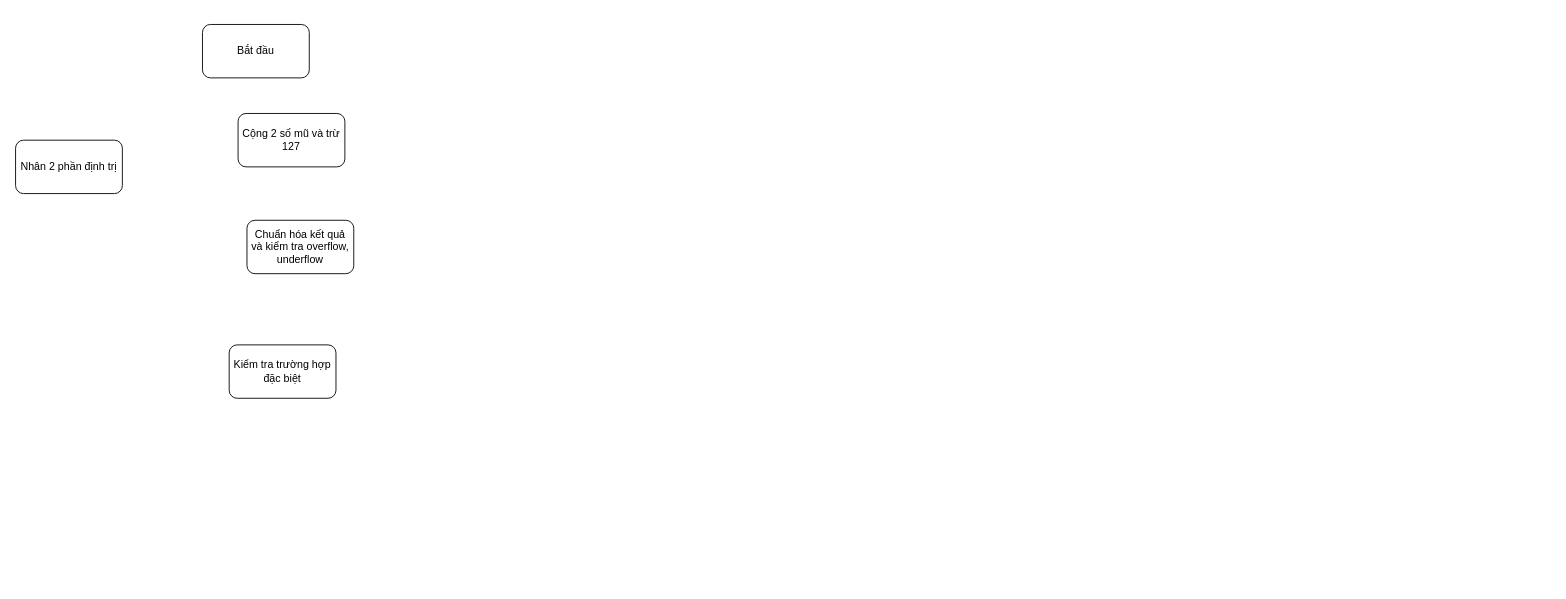
Above: Untitled Diagram.drawio in Huy-Luu/TEST (draw.io), before the change. Source tidied: cells renumbered, new cells numbered last; positions are measured from the earlier drawing's top-left corner, leaving out a move shared by most shapes. Both pictures are drawn from the tidied source at 89%, with x=0, y=0 at pixel (15, 24).
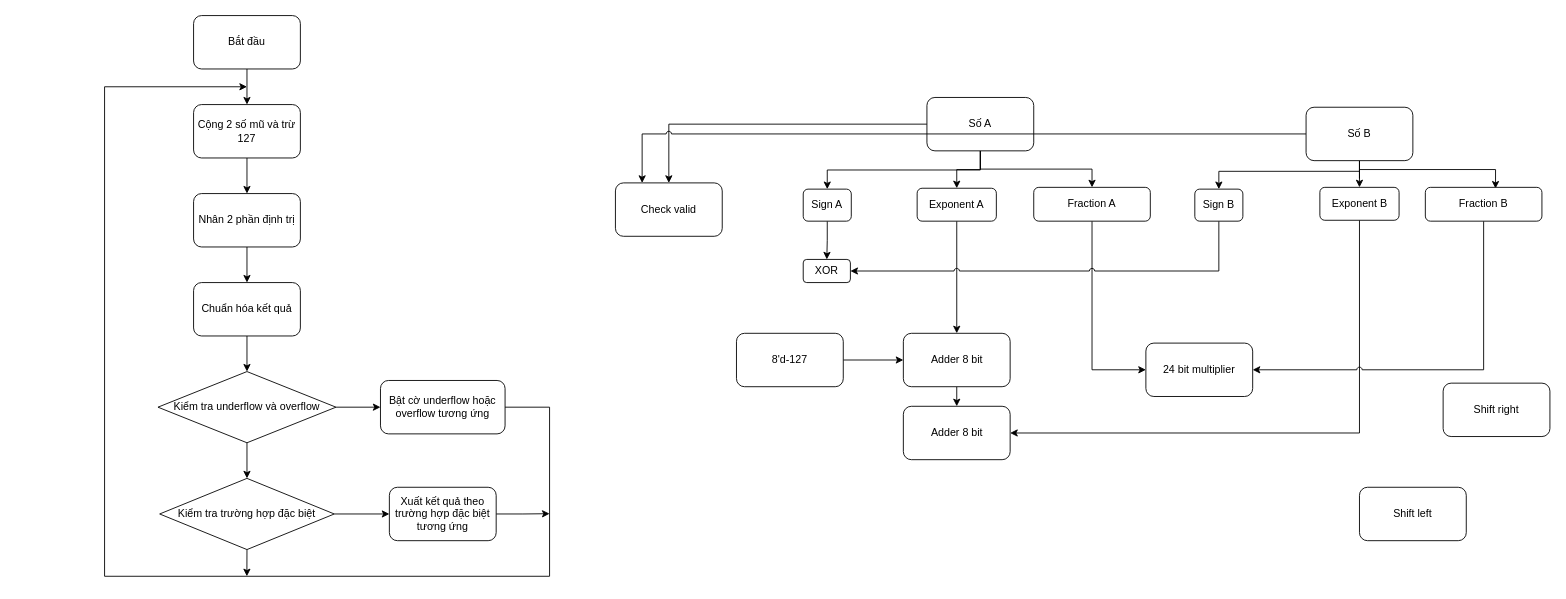
The same diagram, later.

Change to the diagram source:
```diff
@@
+    <mxCell id="7" style="edgeStyle=orthogonalEdgeStyle;rounded=0;jettySize=auto;html=1;exitX=0.5;exitY=1;exitDx=0;exitDy=0;entryX=0.5;entryY=0;entryDx=0;entryDy=0;" parent="1" edge="1" source="2" target="3">
+      <mxGeometry relative="1" as="geometry" />
+    </mxCell>
     <mxCell id="2" value="Bắt đầu" style="rounded=1;whiteSpace=wrap;html=1;" parent="1" vertex="1">
-      <mxGeometry x="210" width="120" height="60" as="geometry" />
+      <mxGeometry x="200" y="-10" width="120" height="60" as="geometry" />
     </mxCell>
+    <mxCell id="8" style="edgeStyle=orthogonalEdgeStyle;rounded=0;jettySize=auto;html=1;exitX=0.5;exitY=1;exitDx=0;exitDy=0;entryX=0.5;entryY=0;entryDx=0;entryDy=0;" parent="1" edge="1" source="3" target="4">
+      <mxGeometry relative="1" as="geometry" />
+    </mxCell>
     <mxCell id="3" value="Cộng 2 số mũ và trừ 127" style="rounded=1;whiteSpace=wrap;html=1;" parent="1" vertex="1">
-      <mxGeometry x="250" y="100" width="120" height="60" as="geometry" />
+      <mxGeometry x="200" y="90" width="120" height="60" as="geometry" />
     </mxCell>
+    <mxCell id="9" style="edgeStyle=orthogonalEdgeStyle;rounded=0;jettySize=auto;html=1;exitX=0.5;exitY=1;exitDx=0;exitDy=0;entryX=0.5;entryY=0;entryDx=0;entryDy=0;" parent="1" edge="1" source="4" target="5">
+      <mxGeometry relative="1" as="geometry" />
+    </mxCell>
     <mxCell id="4" value="Nhân 2 phần định trị" style="rounded=1;whiteSpace=wrap;html=1;" parent="1" vertex="1">
-      <mxGeometry y="130" width="120" height="60" as="geometry" />
+      <mxGeometry x="200" y="190" width="120" height="60" as="geometry" />
     </mxCell>
+    <mxCell id="10" style="edgeStyle=orthogonalEdgeStyle;rounded=0;jettySize=auto;html=1;exitX=0.5;exitY=1;exitDx=0;exitDy=0;" parent="1" edge="1" source="5" target="13">
+      <mxGeometry relative="1" as="geometry" />
+    </mxCell>
-    <mxCell id="5" value="Chuẩn hóa kết quả&lt;br&gt;và kiểm tra overflow, underflow" style="rounded=1;whiteSpace=wrap;html=1;" parent="1" vertex="1">
-      <mxGeometry x="260" y="220" width="120" height="60" as="geometry" />
+    <mxCell id="5" value="Chuẩn hóa kết quả&lt;br&gt;" style="rounded=1;whiteSpace=wrap;html=1;" parent="1" vertex="1">
+      <mxGeometry x="200" y="290" width="120" height="60" as="geometry" />
     </mxCell>
+    <mxCell id="11" style="edgeStyle=orthogonalEdgeStyle;rounded=0;jettySize=auto;html=1;exitX=0.5;exitY=1;exitDx=0;exitDy=0;entryX=0.5;entryY=0;entryDx=0;entryDy=0;" parent="1" edge="1" source="13" target="6">
+      <mxGeometry relative="1" as="geometry" />
+    </mxCell>
+    <mxCell id="12" style="edgeStyle=orthogonalEdgeStyle;rounded=0;jettySize=auto;html=1;exitX=1;exitY=0.5;exitDx=0;exitDy=0;entryX=0;entryY=0.5;entryDx=0;entryDy=0;" parent="1" edge="1" source="13" target="14">
+      <mxGeometry relative="1" as="geometry" />
+    </mxCell>
+    <mxCell id="13" value="Kiểm tra underflow và overflow" style="rhombus;whiteSpace=wrap;html=1;" parent="1" vertex="1">
+      <mxGeometry x="160" y="390" width="200" height="80" as="geometry" />
+    </mxCell>
+    <mxCell id="14" value="Bật cờ underflow hoặc overflow tương ứng" style="rounded=1;whiteSpace=wrap;html=1;" parent="1" vertex="1">
+      <mxGeometry x="410" y="400" width="140" height="60" as="geometry" />
+    </mxCell>
+    <mxCell id="15" style="edgeStyle=orthogonalEdgeStyle;rounded=0;jettySize=auto;html=1;exitX=1;exitY=0.5;exitDx=0;exitDy=0;entryX=0;entryY=0.5;entryDx=0;entryDy=0;" parent="1" edge="1" source="6" target="18">
+      <mxGeometry relative="1" as="geometry" />
+    </mxCell>
+    <mxCell id="16" style="edgeStyle=orthogonalEdgeStyle;rounded=0;jettySize=auto;html=1;exitX=0.5;exitY=1;exitDx=0;exitDy=0;" parent="1" edge="1" source="6">
+      <mxGeometry relative="1" as="geometry">
+        <mxPoint x="259.9" y="620" as="targetPoint" />
+      </mxGeometry>
+    </mxCell>
-    <mxCell id="6" value="Kiểm tra trường hợp đặc biệt" style="rounded=1;whiteSpace=wrap;html=1;" parent="1" vertex="1">
-      <mxGeometry x="240" y="360" width="120" height="60" as="geometry" />
+    <mxCell id="6" value="&lt;span&gt;Kiểm tra trường hợp đặc biệt&lt;/span&gt;" style="rhombus;whiteSpace=wrap;html=1;" parent="1" vertex="1">
+      <mxGeometry x="161.9" y="510" width="196.2" height="80" as="geometry" />
     </mxCell>
+    <mxCell id="17" style="edgeStyle=orthogonalEdgeStyle;rounded=0;jettySize=auto;html=1;exitX=1;exitY=0.5;exitDx=0;exitDy=0;" parent="1" edge="1" source="18">
+      <mxGeometry relative="1" as="geometry">
+        <mxPoint x="600" y="549.7" as="targetPoint" />
+      </mxGeometry>
+    </mxCell>
+    <mxCell id="18" value="Xuất kết quả theo trường hợp đặc biệt tương ứng" style="rounded=1;whiteSpace=wrap;html=1;" parent="1" vertex="1">
+      <mxGeometry x="420" y="520" width="120" height="60" as="geometry" />
+    </mxCell>
+    <mxCell id="19" style="endArrow=classic;html=1;rounded=0;exitX=1;exitY=0.5;exitDx=0;exitDy=0;" parent="1" edge="1" source="14">
+      <mxGeometry relative="1" as="geometry">
+        <mxPoint x="260" y="70" as="targetPoint" />
+        <Array as="points">
+          <mxPoint x="600" y="430" />
+          <mxPoint x="600" y="620" />
+          <mxPoint x="100" y="620" />
+          <mxPoint x="100" y="70" />
+        </Array>
+      </mxGeometry>
+    </mxCell>
+    <mxCell id="20" style="edgeStyle=orthogonalEdgeStyle;rounded=0;jumpStyle=arc;jettySize=auto;html=1;exitX=0;exitY=0.5;exitDx=0;exitDy=0;entryX=0.5;entryY=0;entryDx=0;entryDy=0;" parent="1" edge="1" source="24" target="47">
+      <mxGeometry relative="1" as="geometry" />
+    </mxCell>
+    <mxCell id="21" style="edgeStyle=orthogonalEdgeStyle;rounded=0;jumpStyle=arc;jettySize=auto;html=1;exitX=0.5;exitY=1;exitDx=0;exitDy=0;entryX=0.5;entryY=0;entryDx=0;entryDy=0;" parent="1" edge="1" source="24" target="31">
+      <mxGeometry relative="1" as="geometry" />
+    </mxCell>
+    <mxCell id="22" style="edgeStyle=orthogonalEdgeStyle;rounded=0;jumpStyle=arc;jettySize=auto;html=1;exitX=0.5;exitY=1;exitDx=0;exitDy=0;" parent="1" edge="1" source="24" target="33">
+      <mxGeometry relative="1" as="geometry" />
+    </mxCell>
+    <mxCell id="23" style="edgeStyle=orthogonalEdgeStyle;rounded=0;jumpStyle=arc;jettySize=auto;html=1;exitX=0.5;exitY=1;exitDx=0;exitDy=0;" parent="1" edge="1" source="24" target="35">
+      <mxGeometry relative="1" as="geometry" />
+    </mxCell>
+    <mxCell id="24" value="Số A" style="rounded=1;whiteSpace=wrap;html=1;" parent="1" vertex="1">
+      <mxGeometry x="1024" y="82" width="120" height="60" as="geometry" />
+    </mxCell>
+    <mxCell id="25" style="edgeStyle=orthogonalEdgeStyle;rounded=0;jumpStyle=arc;jettySize=auto;html=1;exitX=0;exitY=0.5;exitDx=0;exitDy=0;entryX=0.25;entryY=0;entryDx=0;entryDy=0;" parent="1" edge="1" source="29" target="47">
+      <mxGeometry relative="1" as="geometry" />
+    </mxCell>
+    <mxCell id="26" style="edgeStyle=orthogonalEdgeStyle;rounded=0;jumpStyle=arc;jettySize=auto;html=1;exitX=0.5;exitY=1;exitDx=0;exitDy=0;entryX=0.5;entryY=0;entryDx=0;entryDy=0;" parent="1" edge="1" source="29" target="37">
+      <mxGeometry relative="1" as="geometry">
+        <Array as="points">
+          <mxPoint x="1510" y="165" />
+          <mxPoint x="1352" y="165" />
+        </Array>
+      </mxGeometry>
+    </mxCell>
+    <mxCell id="27" style="edgeStyle=orthogonalEdgeStyle;rounded=0;jumpStyle=arc;jettySize=auto;html=1;exitX=0.5;exitY=1;exitDx=0;exitDy=0;" parent="1" edge="1" source="29" target="39">
+      <mxGeometry relative="1" as="geometry" />
+    </mxCell>
+    <mxCell id="28" style="edgeStyle=orthogonalEdgeStyle;rounded=0;jumpStyle=arc;jettySize=auto;html=1;exitX=0.5;exitY=1;exitDx=0;exitDy=0;entryX=0.602;entryY=0.037;entryDx=0;entryDy=0;entryPerimeter=0;" parent="1" edge="1" source="29" target="41">
+      <mxGeometry relative="1" as="geometry">
+        <Array as="points">
+          <mxPoint x="1510" y="163" />
+          <mxPoint x="1663" y="163" />
+        </Array>
+      </mxGeometry>
+    </mxCell>
+    <mxCell id="29" value="Số B" style="rounded=1;whiteSpace=wrap;html=1;" parent="1" vertex="1">
+      <mxGeometry x="1450" y="93" width="120" height="60" as="geometry" />
+    </mxCell>
+    <mxCell id="30" style="edgeStyle=orthogonalEdgeStyle;rounded=0;jettySize=auto;html=1;exitX=0.5;exitY=1;exitDx=0;exitDy=0;entryX=0.5;entryY=0;entryDx=0;entryDy=0;" parent="1" edge="1" source="31" target="42">
+      <mxGeometry relative="1" as="geometry" />
+    </mxCell>
+    <mxCell id="31" value="Sign A" style="rounded=1;whiteSpace=wrap;html=1;" parent="1" vertex="1">
+      <mxGeometry x="885" y="185" width="54" height="36" as="geometry" />
+    </mxCell>
+    <mxCell id="32" style="edgeStyle=orthogonalEdgeStyle;rounded=0;jumpStyle=arc;jettySize=auto;html=1;exitX=0.5;exitY=1;exitDx=0;exitDy=0;entryX=0.5;entryY=0;entryDx=0;entryDy=0;" parent="1" edge="1" source="33" target="44">
+      <mxGeometry relative="1" as="geometry" />
+    </mxCell>
+    <mxCell id="33" value="Exponent A" style="rounded=1;whiteSpace=wrap;html=1;" parent="1" vertex="1">
+      <mxGeometry x="1013" y="184" width="89" height="37" as="geometry" />
+    </mxCell>
+    <mxCell id="34" style="edgeStyle=orthogonalEdgeStyle;rounded=0;jumpStyle=arc;jettySize=auto;html=1;exitX=0.5;exitY=1;exitDx=0;exitDy=0;entryX=0;entryY=0.5;entryDx=0;entryDy=0;" parent="1" edge="1" source="35" target="51">
+      <mxGeometry relative="1" as="geometry" />
+    </mxCell>
+    <mxCell id="35" value="Fraction A" style="rounded=1;whiteSpace=wrap;html=1;" parent="1" vertex="1">
+      <mxGeometry x="1144" y="183" width="131" height="38" as="geometry" />
+    </mxCell>
+    <mxCell id="36" style="edgeStyle=orthogonalEdgeStyle;rounded=0;jettySize=auto;html=1;exitX=0.5;exitY=1;exitDx=0;exitDy=0;entryX=1;entryY=0.5;entryDx=0;entryDy=0;jumpStyle=arc;" parent="1" edge="1" source="37" target="42">
+      <mxGeometry relative="1" as="geometry" />
+    </mxCell>
+    <mxCell id="37" value="Sign B" style="rounded=1;whiteSpace=wrap;html=1;" parent="1" vertex="1">
+      <mxGeometry x="1325" y="185" width="54" height="36" as="geometry" />
+    </mxCell>
+    <mxCell id="38" style="edgeStyle=orthogonalEdgeStyle;rounded=0;jumpStyle=arc;jettySize=auto;html=1;exitX=0.5;exitY=1;exitDx=0;exitDy=0;entryX=1;entryY=0.5;entryDx=0;entryDy=0;" parent="1" edge="1" source="39" target="50">
+      <mxGeometry relative="1" as="geometry" />
+    </mxCell>
+    <mxCell id="39" value="Exponent B" style="rounded=1;whiteSpace=wrap;html=1;" parent="1" vertex="1">
+      <mxGeometry x="1465.5" y="183" width="89" height="37" as="geometry" />
+    </mxCell>
+    <mxCell id="40" style="edgeStyle=orthogonalEdgeStyle;rounded=0;jumpStyle=arc;jettySize=auto;html=1;exitX=0.5;exitY=1;exitDx=0;exitDy=0;entryX=1;entryY=0.5;entryDx=0;entryDy=0;" parent="1" edge="1" source="41" target="51">
+      <mxGeometry relative="1" as="geometry" />
+    </mxCell>
+    <mxCell id="41" value="Fraction B" style="rounded=1;whiteSpace=wrap;html=1;" parent="1" vertex="1">
+      <mxGeometry x="1584" y="183" width="131" height="38" as="geometry" />
+    </mxCell>
+    <mxCell id="42" value="XOR" style="rounded=1;whiteSpace=wrap;html=1;" parent="1" vertex="1">
+      <mxGeometry x="885" y="264" width="53" height="26" as="geometry" />
+    </mxCell>
+    <mxCell id="43" style="edgeStyle=orthogonalEdgeStyle;rounded=0;jumpStyle=arc;jettySize=auto;html=1;exitX=0.5;exitY=1;exitDx=0;exitDy=0;entryX=0.5;entryY=0;entryDx=0;entryDy=0;" parent="1" edge="1" source="44" target="50">
+      <mxGeometry relative="1" as="geometry" />
+    </mxCell>
+    <mxCell id="44" value="Adder 8 bit" style="rounded=1;whiteSpace=wrap;html=1;" parent="1" vertex="1">
+      <mxGeometry x="997.5" y="347" width="120" height="60" as="geometry" />
+    </mxCell>
+    <mxCell id="45" value="Shift left" style="rounded=1;whiteSpace=wrap;html=1;" parent="1" vertex="1">
+      <mxGeometry x="1510" y="520" width="120" height="60" as="geometry" />
+    </mxCell>
+    <mxCell id="46" value="Shift right" style="rounded=1;whiteSpace=wrap;html=1;" parent="1" vertex="1">
+      <mxGeometry x="1604" y="403" width="120" height="60" as="geometry" />
+    </mxCell>
+    <mxCell id="47" value="Check valid" style="rounded=1;whiteSpace=wrap;html=1;" parent="1" vertex="1">
+      <mxGeometry x="674" y="178" width="120" height="60" as="geometry" />
+    </mxCell>
+    <mxCell id="48" style="edgeStyle=orthogonalEdgeStyle;rounded=0;jumpStyle=arc;jettySize=auto;html=1;exitX=1;exitY=0.5;exitDx=0;exitDy=0;entryX=0;entryY=0.5;entryDx=0;entryDy=0;" parent="1" edge="1" source="49" target="44">
+      <mxGeometry relative="1" as="geometry" />
+    </mxCell>
+    <mxCell id="49" value="8'd-127" style="rounded=1;whiteSpace=wrap;html=1;" parent="1" vertex="1">
+      <mxGeometry x="810" y="347" width="120" height="60" as="geometry" />
+    </mxCell>
+    <mxCell id="50" value="Adder 8 bit" style="rounded=1;whiteSpace=wrap;html=1;" parent="1" vertex="1">
+      <mxGeometry x="997.5" y="429" width="120" height="60" as="geometry" />
+    </mxCell>
+    <mxCell id="51" value="24 bit multiplier" style="rounded=1;whiteSpace=wrap;html=1;" parent="1" vertex="1">
+      <mxGeometry x="1270" y="358" width="120" height="60" as="geometry" />
+    </mxCell>
```
